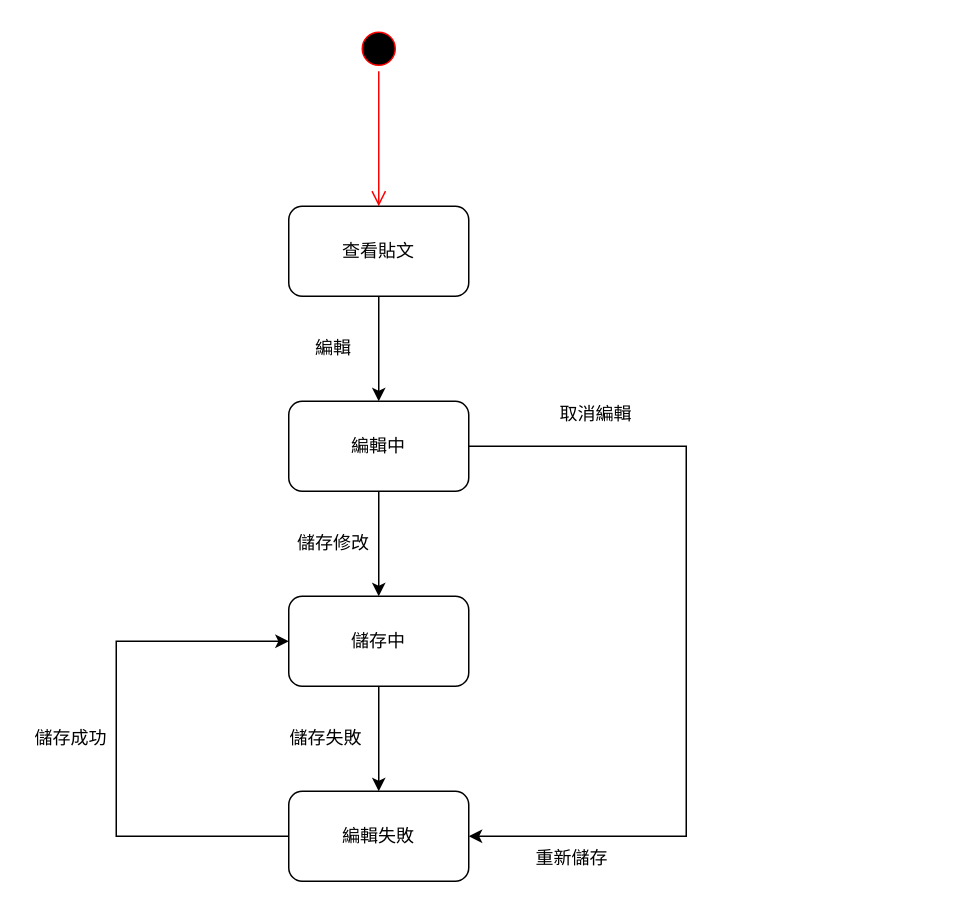
jiakai912/114201_poject keeps this draw.io diagram as page "查看／編輯個人貼文" (4 of 7) of 11336032/狀態機.drawio. Above is the earlier version. Source tidied: cells renumbered, new cells numbered last; positions are measured from the earlier drawing's top-left corner, leaving out a move shared by most shapes. Both pictures are drawn from the tidied source at 150%, with x=0, y=0 at pixel (26, 26).
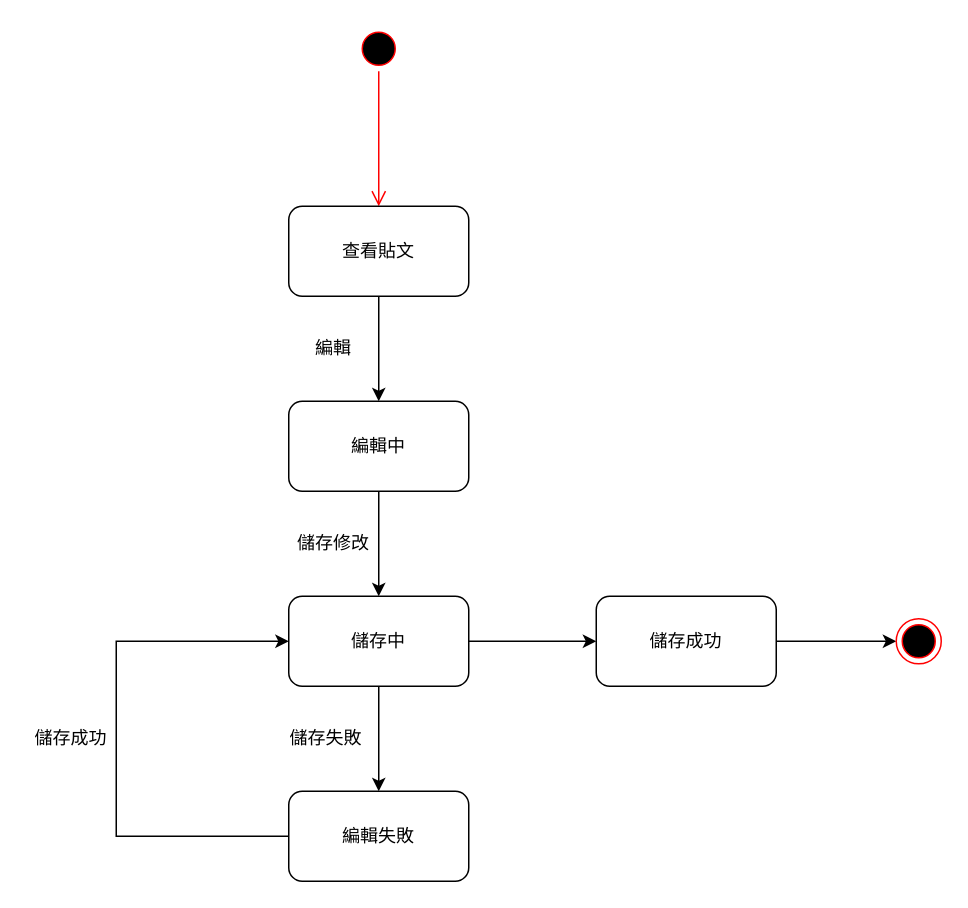
The same page after the edit.

The change refers to these unchanged cells:
```xml
<mxCell id="7" value="編輯中" style="rounded=1;whiteSpace=wrap;html=1;" parent="1" vertex="1">
  <mxGeometry x="175" y="250" width="120" height="60" as="geometry" />
</mxCell>
<mxCell id="9" value="儲存中" style="rounded=1;whiteSpace=wrap;html=1;" parent="1" vertex="1">
  <mxGeometry x="175" y="380" width="120" height="60" as="geometry" />
</mxCell>
<mxCell id="10" value="編輯失敗" style="rounded=1;whiteSpace=wrap;html=1;" parent="1" vertex="1">
  <mxGeometry x="175" y="510" width="120" height="60" as="geometry" />
</mxCell>
```

Diff of the diagram source:
```diff
@@
+    <mxCell id="19" style="edgeStyle=orthogonalEdgeStyle;rounded=0;jettySize=auto;html=1;" parent="1" edge="1" source="9" target="21">
+      <mxGeometry relative="1" as="geometry" />
+    </mxCell>
@@
-    <mxCell id="12" style="endArrow=classic;html=1;rounded=0;exitX=1;exitY=0.5;exitDx=0;exitDy=0;entryX=1;entryY=0.5;entryDx=0;entryDy=0;" parent="1" edge="1" source="7" target="10">
-      <mxGeometry relative="1" as="geometry">
-        <Array as="points">
-          <mxPoint x="440" y="280" />
-          <mxPoint x="440" y="540" />
-        </Array>
-      </mxGeometry>
-    </mxCell>
@@
-    <mxCell id="17" value="重新儲存" style="text;html=1;align=center;verticalAlign=middle;whiteSpace=wrap;rounded=0;" parent="1" vertex="1">
-      <mxGeometry x="334" y="540" width="60" height="30" as="geometry" />
-    </mxCell>
-    <mxCell id="18" value="取消編輯" style="text;html=1;align=center;verticalAlign=middle;whiteSpace=wrap;rounded=0;" parent="1" vertex="1">
-      <mxGeometry x="350" y="244" width="60" height="30" as="geometry" />
-    </mxCell>
+    <mxCell id="20" style="edgeStyle=orthogonalEdgeStyle;rounded=0;jettySize=auto;html=1;" parent="1" edge="1" source="21" target="22">
+      <mxGeometry relative="1" as="geometry" />
+    </mxCell>
+    <mxCell id="21" value="儲存成功" style="rounded=1;whiteSpace=wrap;html=1;" parent="1" vertex="1">
+      <mxGeometry x="380" y="380" width="120" height="60" as="geometry" />
+    </mxCell>
+    <mxCell id="22" style="ellipse;html=1;shape=endState;fillColor=#000000;strokeColor=#ff0000;" parent="1" vertex="1">
+      <mxGeometry x="580" y="395" width="30" height="30" as="geometry" />
+    </mxCell>
```
